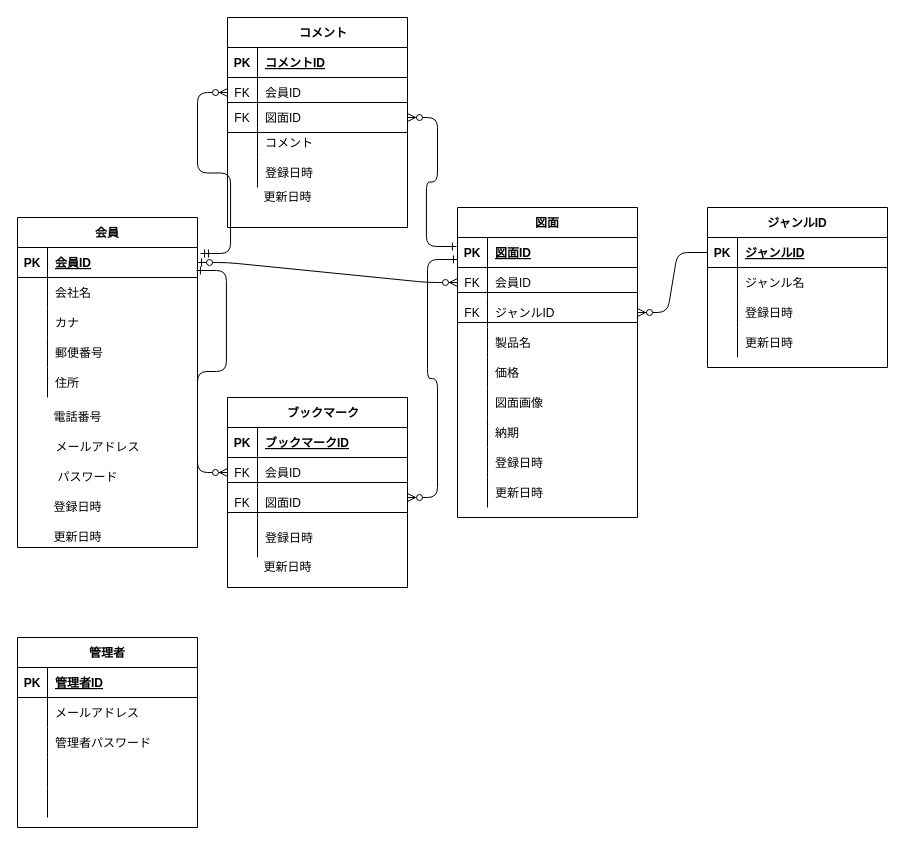
Earlier version of the draw.io diagram Untitled Diagram.drawio (raw7330/Bookers2-). Source tidied: cells renumbered, new cells numbered last; positions are measured from the earlier drawing's top-left corner, leaving out a move shared by most shapes. Both pictures are drawn from the tidied source at 100%, with x=0, y=0 at pixel (17, 17).
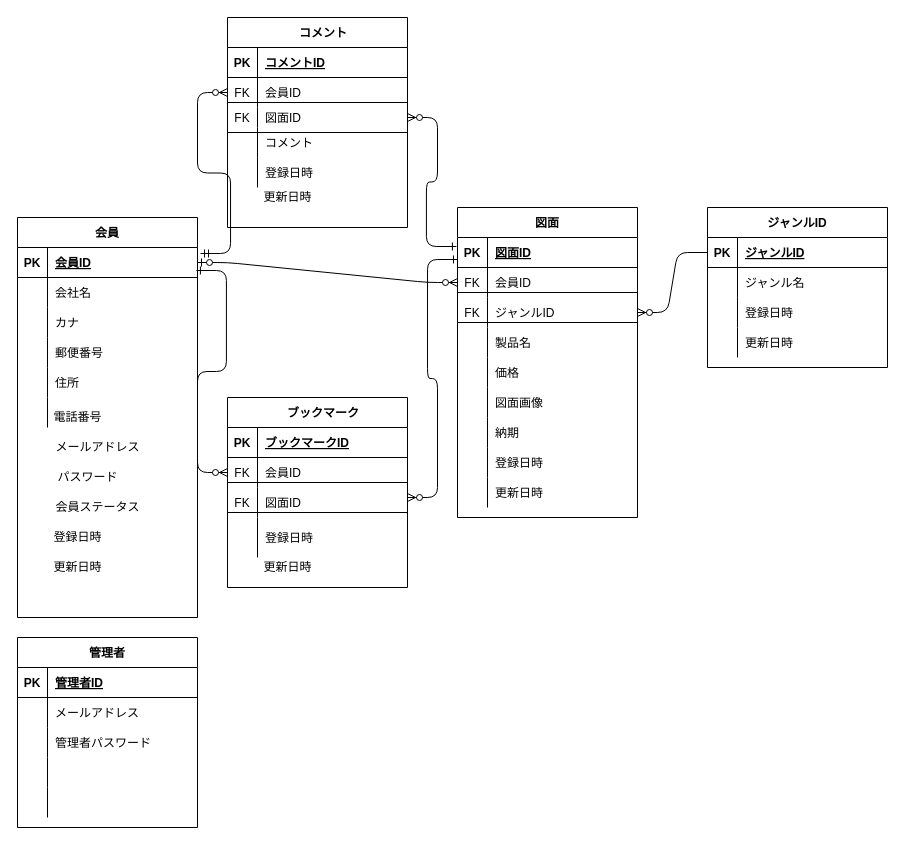
Above is the later version.

What changed in the source:
```diff
@@
     <mxCell id="2" value="会員" style="shape=table;startSize=30;childLayout=tableLayout;rowLines=0;fontStyle=1;align=center;" parent="1" vertex="1">
-      <mxGeometry y="200" width="180" height="330" as="geometry" />
+      <mxGeometry y="200" width="180" height="400" as="geometry" />
     </mxCell>
@@
+    <mxCell id="123" style="shape=partialRectangle;fillColor=none;top=0;left=0;bottom=0;right=0;" parent="2" vertex="1">
+      <mxGeometry y="180" width="180" height="30" as="geometry" />
+    </mxCell>
+    <mxCell id="124" style="shape=partialRectangle;fillColor=none;top=0;left=0;bottom=0;right=0;overflow=hidden;" parent="123" vertex="1">
+      <mxGeometry width="30" height="30" as="geometry" />
+    </mxCell>
+    <mxCell id="125" style="shape=partialRectangle;fillColor=none;top=0;left=0;bottom=0;right=0;align=left;spacingLeft=6;overflow=hidden;" parent="123" vertex="1">
+      <mxGeometry x="30" width="150" height="30" as="geometry" />
+    </mxCell>
@@
     <mxCell id="119" value="登録日時" style="text;html=1;align=center;verticalAlign=middle;" parent="1" vertex="1">
-      <mxGeometry x="30" y="480" width="60" height="20" as="geometry" />
+      <mxGeometry x="30" y="510" width="60" height="20" as="geometry" />
     </mxCell>
     <mxCell id="120" value="更新日時" style="text;html=1;align=center;verticalAlign=middle;" parent="1" vertex="1">
-      <mxGeometry x="30" y="510" width="60" height="20" as="geometry" />
+      <mxGeometry x="30" y="540" width="60" height="20" as="geometry" />
     </mxCell>
@@
+    <mxCell id="126" value="会員ステータス" style="text;html=1;align=center;verticalAlign=middle;" parent="1" vertex="1">
+      <mxGeometry x="30" y="480" width="100" height="20" as="geometry" />
+    </mxCell>
```
